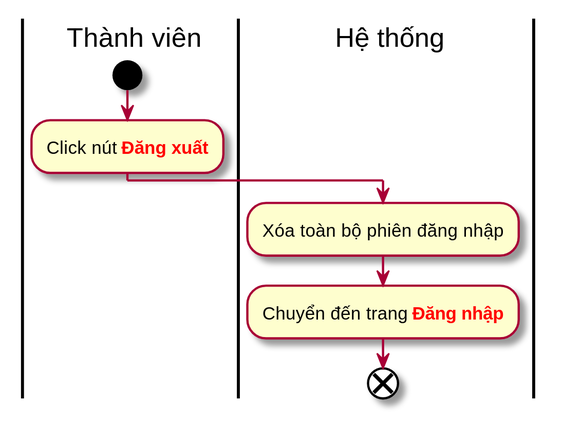
This is Documents/working/Giap/usecases_and_flow_charts/log_out.svg from tungdduy/funixCP, a PlantUML export, as it was before one commit. Source of this version:
```plantuml
@startuml
skinparam dpi 200

|User| Thành viên
start
:Click nút <b><color:red>Đăng xuất</color></b>;
|System| Hệ thống
:Xóa toàn bộ phiên đăng nhập;
:Chuyển đến trang <b><color:red>Đăng nhập</color></b>;
end
@enduml
```
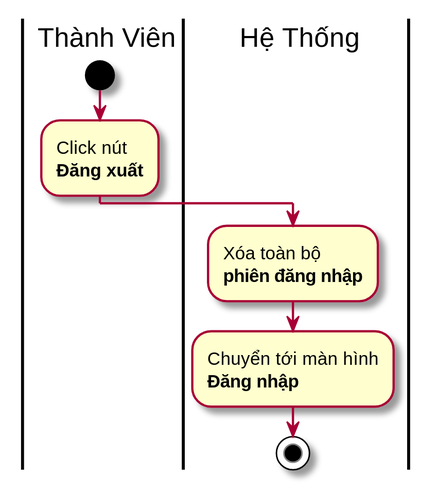
The same diagram one commit later.

Change to the diagram source:
```diff
@@ -1,11 +1,19 @@
 @startuml
 skinparam dpi 200
 
-|User| Thành viên
-start
-:Click nút <b><color:red>Đăng xuất</color></b>;
-|System| Hệ thống
-:Xóa toàn bộ phiên đăng nhập;
-:Chuyển đến trang <b><color:red>Đăng nhập</color></b>;
-end
+|User| Thành Viên
+	start
+
+	:Click nút
+	<b>Đăng xuất</b>;
+
+|System| Hệ Thống
+
+	:Xóa toàn bộ
+	<b>phiên đăng nhập</b>;
+
+	:Chuyển tới màn hình
+	<b>Đăng nhập</b>;
+
+	stop
 @enduml
```
